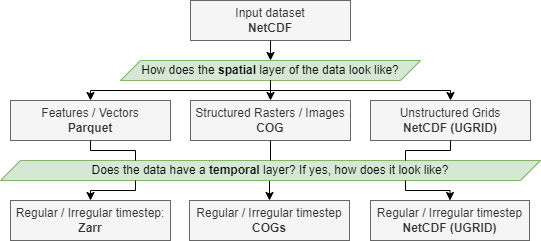
This is docs/data_workflow.drawio.png from openearth/coclicodata, a draw.io export, as it was before one commit. Source tidied: cells renumbered, new cells last; positions are measured from the earlier drawing's top-left corner, leaving out a move shared by most shapes. Source of this version:
```xml
<mxGraphModel>
  <root>
    <mxCell id="0" />
    <mxCell id="1" parent="0" />
    <mxCell id="2" value="Input dataset&lt;br&gt;&lt;b&gt;NetCDF&lt;/b&gt;" style="rounded=0;whiteSpace=wrap;html=1;fillColor=#f5f5f5;fontColor=#333333;strokeColor=#666666;" parent="1" vertex="1">
      <mxGeometry x="190" width="160" height="40" as="geometry" />
    </mxCell>
    <mxCell id="3" value="Features / Vectors&lt;br&gt;&lt;b&gt;Parquet&lt;/b&gt;" style="rounded=0;whiteSpace=wrap;html=1;fillColor=#f5f5f5;fontColor=#333333;strokeColor=#666666;" parent="1" vertex="1">
      <mxGeometry x="10" y="100" width="160" height="40" as="geometry" />
    </mxCell>
    <mxCell id="4" value="How does the &lt;b&gt;spatial&lt;/b&gt; layer of the data look like?" style="shape=parallelogram;perimeter=parallelogramPerimeter;whiteSpace=wrap;html=1;fixedSize=1;fillColor=#d5e8d4;strokeColor=#82b366;" parent="1" vertex="1">
      <mxGeometry x="120" y="60" width="300" height="20" as="geometry" />
    </mxCell>
    <mxCell id="5" style="endArrow=classic;html=1;rounded=0;exitX=0.5;exitY=1;exitDx=0;exitDy=0;entryX=0.5;entryY=0;entryDx=0;entryDy=0;" parent="1" edge="1" source="2" target="4">
      <mxGeometry relative="1" as="geometry" />
    </mxCell>
    <mxCell id="6" value="Structured Rasters / Images&lt;br&gt;&lt;b&gt;COG&lt;/b&gt;" style="rounded=0;whiteSpace=wrap;html=1;fillColor=#f5f5f5;fontColor=#333333;strokeColor=#666666;" parent="1" vertex="1">
      <mxGeometry x="190" y="100" width="160" height="40" as="geometry" />
    </mxCell>
    <mxCell id="7" value="Unstructured Grids&lt;br&gt;&lt;b&gt;NetCDF (UGRID)&lt;/b&gt;" style="rounded=0;whiteSpace=wrap;html=1;fillColor=#f5f5f5;fontColor=#333333;strokeColor=#666666;" parent="1" vertex="1">
      <mxGeometry x="370" y="100" width="160" height="40" as="geometry" />
    </mxCell>
    <mxCell id="8" style="edgeStyle=orthogonalEdgeStyle;rounded=0;jettySize=auto;html=1;exitX=0.5;exitY=1;exitDx=0;exitDy=0;entryX=0.5;entryY=0;entryDx=0;entryDy=0;" parent="1" edge="1" source="9" target="11">
      <mxGeometry relative="1" as="geometry" />
    </mxCell>
    <mxCell id="9" value="Does the data have a &lt;b&gt;temporal&lt;/b&gt; layer? If yes, how does it look like?" style="shape=parallelogram;perimeter=parallelogramPerimeter;whiteSpace=wrap;html=1;fixedSize=1;fillColor=#d5e8d4;strokeColor=#82b366;" parent="1" vertex="1">
      <mxGeometry y="160" width="540" height="20" as="geometry" />
    </mxCell>
    <mxCell id="10" value="Regular / Irregular timestep: &lt;b&gt;Zarr&lt;/b&gt;" style="rounded=0;whiteSpace=wrap;html=1;fillColor=#f5f5f5;fontColor=#333333;strokeColor=#666666;" parent="1" vertex="1">
      <mxGeometry x="10" y="200" width="160" height="40" as="geometry" />
    </mxCell>
    <mxCell id="11" value="Regular / Irregular timestep&lt;br&gt;&lt;b&gt;COGs&lt;/b&gt;" style="rounded=0;whiteSpace=wrap;html=1;fillColor=#f5f5f5;fontColor=#333333;strokeColor=#666666;" parent="1" vertex="1">
      <mxGeometry x="189" y="200" width="160" height="40" as="geometry" />
    </mxCell>
    <mxCell id="12" value="Regular / Irregular timestep&lt;br&gt;&lt;b&gt;NetCDF (UGRID)&lt;/b&gt;" style="rounded=0;whiteSpace=wrap;html=1;fillColor=#f5f5f5;fontColor=#333333;strokeColor=#666666;" parent="1" vertex="1">
      <mxGeometry x="370" y="200" width="159" height="40" as="geometry" />
    </mxCell>
    <mxCell id="13" style="edgeStyle=elbowEdgeStyle;elbow=vertical;endArrow=classic;html=1;rounded=0;exitX=0.5;exitY=1;exitDx=0;exitDy=0;entryX=0.5;entryY=0;entryDx=0;entryDy=0;" parent="1" edge="1" source="4" target="7">
      <mxGeometry relative="1" as="geometry" />
    </mxCell>
    <mxCell id="14" style="edgeStyle=elbowEdgeStyle;elbow=vertical;endArrow=classic;html=1;rounded=0;exitX=0.5;exitY=1;exitDx=0;exitDy=0;entryX=0.5;entryY=0;entryDx=0;entryDy=0;" parent="1" edge="1" source="4" target="6">
      <mxGeometry relative="1" as="geometry" />
    </mxCell>
    <mxCell id="15" style="edgeStyle=elbowEdgeStyle;elbow=vertical;endArrow=classic;html=1;rounded=0;exitX=0.5;exitY=1;exitDx=0;exitDy=0;entryX=0.5;entryY=0;entryDx=0;entryDy=0;" parent="1" edge="1" source="4" target="3">
      <mxGeometry relative="1" as="geometry" />
    </mxCell>
    <mxCell id="16" style="endArrow=none;html=1;rounded=0;exitX=0.5;exitY=1;exitDx=0;exitDy=0;endFill=0;" parent="1" edge="1" source="6" target="9">
      <mxGeometry relative="1" as="geometry" />
    </mxCell>
    <mxCell id="17" style="edgeStyle=elbowEdgeStyle;elbow=vertical;endArrow=classic;html=1;rounded=0;exitX=0.25;exitY=1;exitDx=0;exitDy=0;entryX=0.5;entryY=0;entryDx=0;entryDy=0;" parent="1" edge="1" source="9" target="10">
      <mxGeometry relative="1" as="geometry" />
    </mxCell>
    <mxCell id="18" style="edgeStyle=elbowEdgeStyle;elbow=vertical;endArrow=classic;html=1;rounded=0;exitX=0.75;exitY=1;exitDx=0;exitDy=0;entryX=0.5;entryY=0;entryDx=0;entryDy=0;" parent="1" edge="1" source="9" target="12">
      <mxGeometry relative="1" as="geometry" />
    </mxCell>
    <mxCell id="19" style="edgeStyle=elbowEdgeStyle;elbow=vertical;endArrow=none;html=1;rounded=0;exitX=0.5;exitY=1;exitDx=0;exitDy=0;entryX=0.25;entryY=0;entryDx=0;entryDy=0;endFill=0;" parent="1" edge="1" source="3" target="9">
      <mxGeometry relative="1" as="geometry" />
    </mxCell>
    <mxCell id="20" style="edgeStyle=elbowEdgeStyle;elbow=vertical;endArrow=none;html=1;rounded=0;exitX=0.5;exitY=1;exitDx=0;exitDy=0;entryX=0.75;entryY=0;entryDx=0;entryDy=0;endFill=0;" parent="1" edge="1" source="7" target="9">
      <mxGeometry relative="1" as="geometry" />
    </mxCell>
  </root>
</mxGraphModel>
```
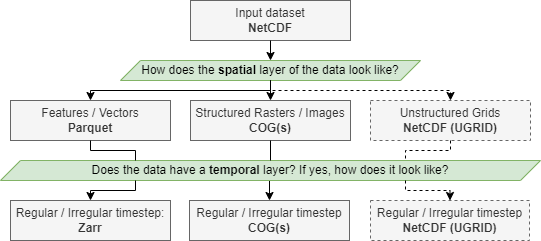
After the change.

What changed in the source:
```diff
@@ -1,4 +1,4 @@
-<mxGraphModel>
+<mxGraphModel background="#ffffff">
   <root>
     <mxCell id="0" />
     <mxCell id="1" parent="0" />
@@ -14,10 +14,10 @@
     <mxCell id="5" style="endArrow=classic;html=1;rounded=0;exitX=0.5;exitY=1;exitDx=0;exitDy=0;entryX=0.5;entryY=0;entryDx=0;entryDy=0;" parent="1" edge="1" source="2" target="4">
       <mxGeometry relative="1" as="geometry" />
     </mxCell>
-    <mxCell id="6" value="Structured Rasters / Images&lt;br&gt;&lt;b&gt;COG&lt;/b&gt;" style="rounded=0;whiteSpace=wrap;html=1;fillColor=#f5f5f5;fontColor=#333333;strokeColor=#666666;" parent="1" vertex="1">
+    <mxCell id="6" value="Structured Rasters / Images&lt;br&gt;&lt;b&gt;COG(s)&lt;/b&gt;" style="rounded=0;whiteSpace=wrap;html=1;fillColor=#f5f5f5;fontColor=#333333;strokeColor=#666666;" parent="1" vertex="1">
       <mxGeometry x="190" y="100" width="160" height="40" as="geometry" />
     </mxCell>
-    <mxCell id="7" value="Unstructured Grids&lt;br&gt;&lt;b&gt;NetCDF (UGRID)&lt;/b&gt;" style="rounded=0;whiteSpace=wrap;html=1;fillColor=#f5f5f5;fontColor=#333333;strokeColor=#666666;" parent="1" vertex="1">
+    <mxCell id="7" value="Unstructured Grids&lt;br&gt;&lt;b&gt;NetCDF (UGRID)&lt;/b&gt;" style="rounded=0;whiteSpace=wrap;html=1;fillColor=#f5f5f5;fontColor=#333333;strokeColor=#666666;dashed=1;" parent="1" vertex="1">
       <mxGeometry x="370" y="100" width="160" height="40" as="geometry" />
     </mxCell>
     <mxCell id="8" style="edgeStyle=orthogonalEdgeStyle;rounded=0;jettySize=auto;html=1;exitX=0.5;exitY=1;exitDx=0;exitDy=0;entryX=0.5;entryY=0;entryDx=0;entryDy=0;" parent="1" edge="1" source="9" target="11">
@@ -29,13 +29,13 @@
     <mxCell id="10" value="Regular / Irregular timestep: &lt;b&gt;Zarr&lt;/b&gt;" style="rounded=0;whiteSpace=wrap;html=1;fillColor=#f5f5f5;fontColor=#333333;strokeColor=#666666;" parent="1" vertex="1">
       <mxGeometry x="10" y="200" width="160" height="40" as="geometry" />
     </mxCell>
-    <mxCell id="11" value="Regular / Irregular timestep&lt;br&gt;&lt;b&gt;COGs&lt;/b&gt;" style="rounded=0;whiteSpace=wrap;html=1;fillColor=#f5f5f5;fontColor=#333333;strokeColor=#666666;" parent="1" vertex="1">
+    <mxCell id="11" value="Regular / Irregular timestep&lt;br&gt;&lt;b&gt;COG(s)&lt;/b&gt;" style="rounded=0;whiteSpace=wrap;html=1;fillColor=#f5f5f5;fontColor=#333333;strokeColor=#666666;" parent="1" vertex="1">
       <mxGeometry x="189" y="200" width="160" height="40" as="geometry" />
     </mxCell>
-    <mxCell id="12" value="Regular / Irregular timestep&lt;br&gt;&lt;b&gt;NetCDF (UGRID)&lt;/b&gt;" style="rounded=0;whiteSpace=wrap;html=1;fillColor=#f5f5f5;fontColor=#333333;strokeColor=#666666;" parent="1" vertex="1">
+    <mxCell id="12" value="Regular / Irregular timestep&lt;br&gt;&lt;b&gt;NetCDF (UGRID)&lt;/b&gt;" style="rounded=0;whiteSpace=wrap;html=1;fillColor=#f5f5f5;fontColor=#333333;strokeColor=#666666;dashed=1;" parent="1" vertex="1">
       <mxGeometry x="370" y="200" width="159" height="40" as="geometry" />
     </mxCell>
-    <mxCell id="13" style="edgeStyle=elbowEdgeStyle;elbow=vertical;endArrow=classic;html=1;rounded=0;exitX=0.5;exitY=1;exitDx=0;exitDy=0;entryX=0.5;entryY=0;entryDx=0;entryDy=0;" parent="1" edge="1" source="4" target="7">
+    <mxCell id="13" style="edgeStyle=elbowEdgeStyle;elbow=vertical;endArrow=classic;html=1;rounded=0;exitX=0.5;exitY=1;exitDx=0;exitDy=0;entryX=0.5;entryY=0;entryDx=0;entryDy=0;dashed=1;" parent="1" edge="1" source="4" target="7">
       <mxGeometry relative="1" as="geometry" />
     </mxCell>
     <mxCell id="14" style="edgeStyle=elbowEdgeStyle;elbow=vertical;endArrow=classic;html=1;rounded=0;exitX=0.5;exitY=1;exitDx=0;exitDy=0;entryX=0.5;entryY=0;entryDx=0;entryDy=0;" parent="1" edge="1" source="4" target="6">
@@ -50,13 +50,13 @@
     <mxCell id="17" style="edgeStyle=elbowEdgeStyle;elbow=vertical;endArrow=classic;html=1;rounded=0;exitX=0.25;exitY=1;exitDx=0;exitDy=0;entryX=0.5;entryY=0;entryDx=0;entryDy=0;" parent="1" edge="1" source="9" target="10">
       <mxGeometry relative="1" as="geometry" />
     </mxCell>
-    <mxCell id="18" style="edgeStyle=elbowEdgeStyle;elbow=vertical;endArrow=classic;html=1;rounded=0;exitX=0.75;exitY=1;exitDx=0;exitDy=0;entryX=0.5;entryY=0;entryDx=0;entryDy=0;" parent="1" edge="1" source="9" target="12">
+    <mxCell id="18" style="edgeStyle=elbowEdgeStyle;elbow=vertical;endArrow=classic;html=1;rounded=0;exitX=0.75;exitY=1;exitDx=0;exitDy=0;entryX=0.5;entryY=0;entryDx=0;entryDy=0;dashed=1;" parent="1" edge="1" source="9" target="12">
       <mxGeometry relative="1" as="geometry" />
     </mxCell>
     <mxCell id="19" style="edgeStyle=elbowEdgeStyle;elbow=vertical;endArrow=none;html=1;rounded=0;exitX=0.5;exitY=1;exitDx=0;exitDy=0;entryX=0.25;entryY=0;entryDx=0;entryDy=0;endFill=0;" parent="1" edge="1" source="3" target="9">
       <mxGeometry relative="1" as="geometry" />
     </mxCell>
-    <mxCell id="20" style="edgeStyle=elbowEdgeStyle;elbow=vertical;endArrow=none;html=1;rounded=0;exitX=0.5;exitY=1;exitDx=0;exitDy=0;entryX=0.75;entryY=0;entryDx=0;entryDy=0;endFill=0;" parent="1" edge="1" source="7" target="9">
+    <mxCell id="20" style="edgeStyle=elbowEdgeStyle;elbow=vertical;endArrow=none;html=1;rounded=0;exitX=0.5;exitY=1;exitDx=0;exitDy=0;entryX=0.75;entryY=0;entryDx=0;entryDy=0;endFill=0;dashed=1;" parent="1" edge="1" source="7" target="9">
       <mxGeometry relative="1" as="geometry" />
     </mxCell>
   </root>
```
